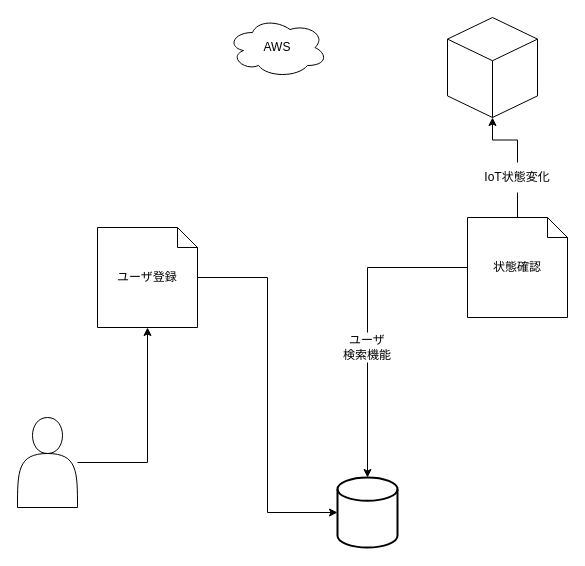
Earlier version of the draw.io diagram page "画面設計" (2 of 3) of 画面設計.drawio (ringohoka/AnnounceSituation). Source tidied: cells renumbered, new cells numbered last; positions are measured from the earlier drawing's top-left corner, leaving out a move shared by most shapes. Both pictures are drawn from the tidied source at 100%, with x=0, y=0 at pixel (17, 17).
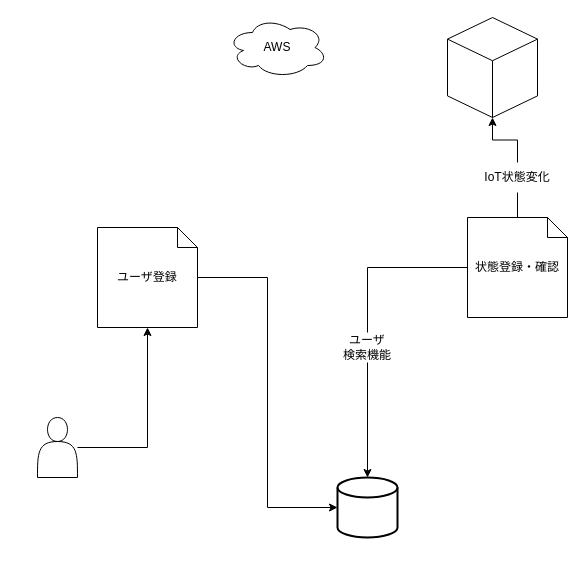
The same page after the edit.

Commit message:
画面設計.drawio を更新します

What changed in the source:
```diff
@@
 <mxGraphModel>
   <root>
     <mxCell id="0" />
     <mxCell id="1" parent="0" />
     <mxCell id="2" style="edgeStyle=orthogonalEdgeStyle;rounded=0;jettySize=auto;html=1;entryX=0.5;entryY=1;entryDx=0;entryDy=0;entryPerimeter=0;" parent="1" edge="1" source="3" target="11">
       <mxGeometry relative="1" as="geometry" />
     </mxCell>
     <mxCell id="3" style="shape=actor;whiteSpace=wrap;html=1;" parent="1" vertex="1">
-      <mxGeometry y="400" width="60" height="90" as="geometry" />
+      <mxGeometry x="20" y="400" width="40" height="60" as="geometry" />
     </mxCell>
     <mxCell id="4" style="html=1;whiteSpace=wrap;shape=isoCube2;backgroundOutline=1;isoAngle=15;" parent="1" vertex="1">
       <mxGeometry x="430" width="90" height="100" as="geometry" />
     </mxCell>
     <mxCell id="5" value="AWS" style="ellipse;shape=cloud;whiteSpace=wrap;html=1;align=center;" parent="1" vertex="1">
       <mxGeometry x="210" width="100" height="60" as="geometry" />
     </mxCell>
     <mxCell id="6" style="strokeWidth=2;html=1;shape=mxgraph.flowchart.database;whiteSpace=wrap;" parent="1" vertex="1">
-      <mxGeometry x="320" y="460" width="60" height="70" as="geometry" />
+      <mxGeometry x="320" y="460" width="60" height="60" as="geometry" />
     </mxCell>
     <mxCell id="7" style="edgeStyle=orthogonalEdgeStyle;rounded=0;jettySize=auto;html=1;startArrow=none;" parent="1" edge="1" source="12" target="6">
       <mxGeometry relative="1" as="geometry" />
     </mxCell>
     <mxCell id="8" style="edgeStyle=orthogonalEdgeStyle;rounded=0;jettySize=auto;html=1;entryX=0.5;entryY=1;entryDx=0;entryDy=0;entryPerimeter=0;startArrow=none;" parent="1" edge="1" source="14" target="4">
       <mxGeometry relative="1" as="geometry" />
     </mxCell>
-    <mxCell id="9" value="状態確認" style="shape=note;size=20;whiteSpace=wrap;html=1;" parent="1" vertex="1">
+    <mxCell id="9" value="状態登録・確認" style="shape=note;size=20;whiteSpace=wrap;html=1;" parent="1" vertex="1">
       <mxGeometry x="450" y="200" width="100" height="100" as="geometry" />
     </mxCell>
     <mxCell id="10" style="edgeStyle=orthogonalEdgeStyle;rounded=0;jettySize=auto;html=1;entryX=0;entryY=0.5;entryDx=0;entryDy=0;entryPerimeter=0;" parent="1" edge="1" source="11" target="6">
       <mxGeometry relative="1" as="geometry" />
     </mxCell>
     <mxCell id="11" value="ユーザ登録" style="shape=note;size=20;whiteSpace=wrap;html=1;" parent="1" vertex="1">
       <mxGeometry x="80" y="210" width="100" height="100" as="geometry" />
     </mxCell>
     <mxCell id="12" value="ユーザ&lt;br&gt;検索機能" style="text;html=1;strokeColor=none;fillColor=none;align=center;verticalAlign=middle;whiteSpace=wrap;rounded=0;" parent="1" vertex="1">
       <mxGeometry x="320" y="315" width="60" height="30" as="geometry" />
     </mxCell>
     <mxCell id="13" style="edgeStyle=orthogonalEdgeStyle;rounded=0;jettySize=auto;html=1;endArrow=none;" parent="1" edge="1" source="9" target="12">
       <mxGeometry relative="1" as="geometry" />
     </mxCell>
     <mxCell id="14" value="IoT状態変化" style="text;html=1;strokeColor=none;fillColor=none;align=center;verticalAlign=middle;whiteSpace=wrap;rounded=0;" parent="1" vertex="1">
       <mxGeometry x="460" y="145" width="80" height="30" as="geometry" />
     </mxCell>
     <mxCell id="15" style="edgeStyle=orthogonalEdgeStyle;rounded=0;jettySize=auto;html=1;entryX=0.5;entryY=1;entryDx=0;entryDy=0;entryPerimeter=0;endArrow=none;" parent="1" edge="1" source="9" target="14">
       <mxGeometry relative="1" as="geometry" />
     </mxCell>
   </root>
 </mxGraphModel>
```
